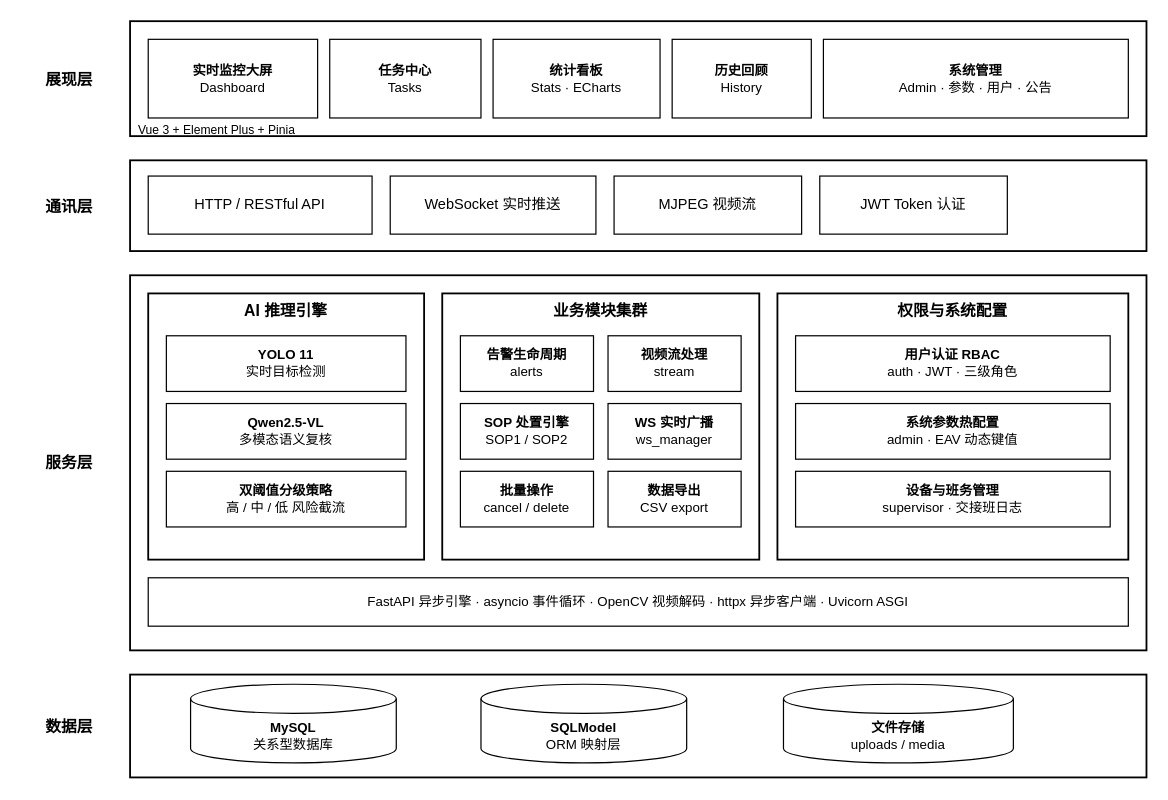
Dean-op/forest_fire keeps this draw.io diagram as docs/PaperImages/4系统架构图.drawio. Above is the earlier version. Source tidied: cells renumbered, new cells numbered last; positions are measured from the earlier drawing's top-left corner, leaving out a move shared by most shapes. Both pictures are drawn from the tidied source at 121%, with x=0, y=0 at pixel (21, 21).
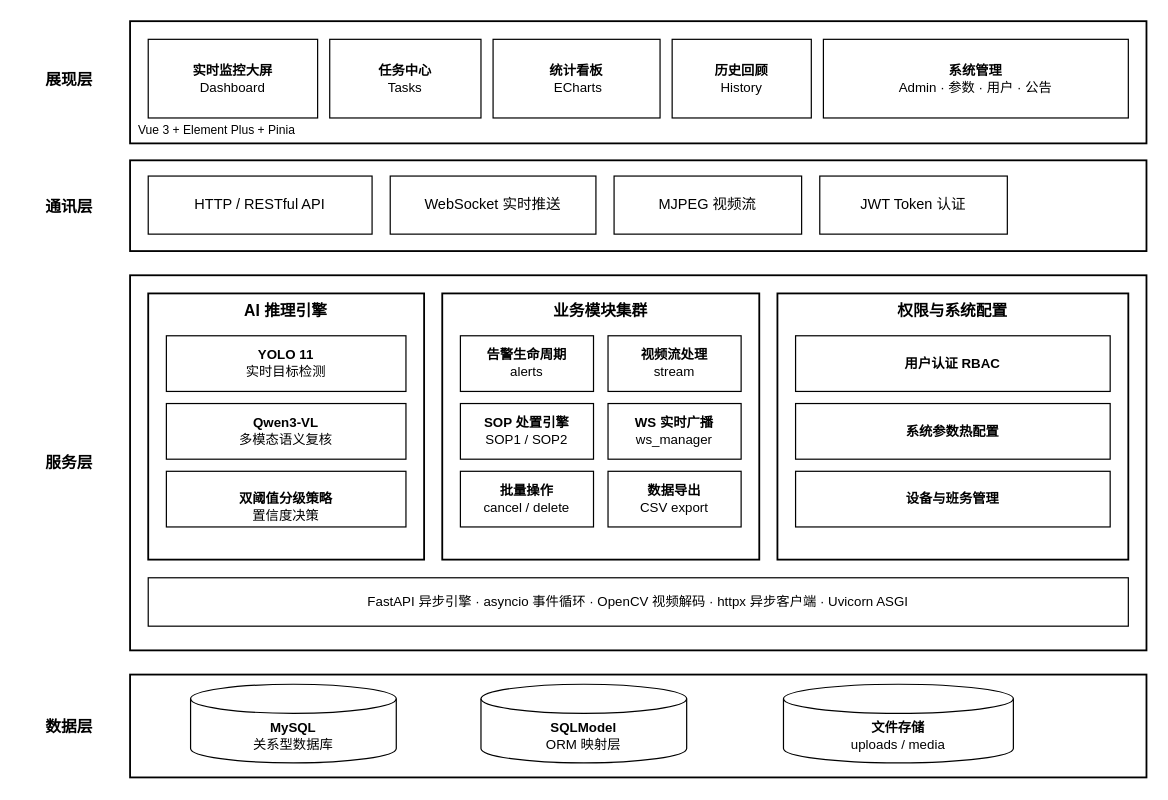
The same page after the edit.

Commit message (it also covers changes not shown here):
fix: Update diagram, UI label and alert visibility rules(operator)

What changed in the source:
```diff
@@
     <mxCell id="3" style="rounded=0;whiteSpace=wrap;html=1;strokeWidth=1.5;dashed=0;labelBackgroundColor=none;" parent="1" vertex="1">
-      <mxGeometry x="90" width="840" height="95" as="geometry" />
+      <mxGeometry x="90" width="840" height="101" as="geometry" />
     </mxCell>
@@
-    <mxCell id="6" value="&lt;b&gt;统计看板&lt;/b&gt;&lt;br&gt;Stats · ECharts" style="rounded=0;whiteSpace=wrap;html=1;strokeWidth=1;fontSize=11;labelBackgroundColor=none;" parent="1" vertex="1">
+    <mxCell id="6" value="&lt;b&gt;统计看板&lt;/b&gt;&lt;br&gt;&amp;nbsp;ECharts" style="rounded=0;whiteSpace=wrap;html=1;strokeWidth=1;fontSize=11;labelBackgroundColor=none;" parent="1" vertex="1">
       <mxGeometry x="390" y="15" width="138" height="65" as="geometry" />
     </mxCell>
@@
-    <mxCell id="20" value="&lt;b&gt;Qwen2.5-VL&lt;/b&gt;&lt;br&gt;多模态语义复核" style="rounded=0;whiteSpace=wrap;html=1;strokeWidth=1;fontSize=11;labelBackgroundColor=none;" parent="1" vertex="1">
+    <mxCell id="20" value="&lt;b&gt;Qwen3-VL&lt;/b&gt;&lt;br&gt;多模态语义复核" style="rounded=0;whiteSpace=wrap;html=1;strokeWidth=1;fontSize=11;labelBackgroundColor=none;" parent="1" vertex="1">
       <mxGeometry x="120" y="316" width="198" height="46" as="geometry" />
     </mxCell>
-    <mxCell id="21" value="&lt;b&gt;双阈值分级策略&lt;/b&gt;&lt;br&gt;高 / 中 / 低 风险截流" style="rounded=0;whiteSpace=wrap;html=1;strokeWidth=1;fontSize=11;labelBackgroundColor=none;" parent="1" vertex="1">
+    <mxCell id="21" value="&lt;b&gt;双阈值分级策略&lt;/b&gt;" style="rounded=0;whiteSpace=wrap;html=1;strokeWidth=1;fontSize=11;labelBackgroundColor=none;" parent="1" vertex="1">
       <mxGeometry x="120" y="372" width="198" height="46" as="geometry" />
     </mxCell>
@@
-    <mxCell id="30" value="&lt;b&gt;用户认证 RBAC&lt;/b&gt;&lt;br&gt;auth · JWT · 三级角色" style="rounded=0;whiteSpace=wrap;html=1;strokeWidth=1;fontSize=11;labelBackgroundColor=none;" parent="1" vertex="1">
+    <mxCell id="30" value="&lt;b&gt;用户认证 RBAC&lt;/b&gt;" style="rounded=0;whiteSpace=wrap;html=1;strokeWidth=1;fontSize=11;labelBackgroundColor=none;" parent="1" vertex="1">
       <mxGeometry x="640" y="260" width="260" height="46" as="geometry" />
     </mxCell>
-    <mxCell id="31" value="&lt;b&gt;系统参数热配置&lt;/b&gt;&lt;br&gt;admin · EAV 动态键值" style="rounded=0;whiteSpace=wrap;html=1;strokeWidth=1;fontSize=11;labelBackgroundColor=none;" parent="1" vertex="1">
+    <mxCell id="31" value="&lt;b&gt;系统参数热配置&lt;/b&gt;" style="rounded=0;whiteSpace=wrap;html=1;strokeWidth=1;fontSize=11;labelBackgroundColor=none;" parent="1" vertex="1">
       <mxGeometry x="640" y="316" width="260" height="46" as="geometry" />
     </mxCell>
-    <mxCell id="32" value="&lt;b&gt;设备与班务管理&lt;/b&gt;&lt;br&gt;supervisor · 交接班日志" style="rounded=0;whiteSpace=wrap;html=1;strokeWidth=1;fontSize=11;labelBackgroundColor=none;" parent="1" vertex="1">
+    <mxCell id="32" value="&lt;b&gt;设备与班务管理&lt;/b&gt;" style="rounded=0;whiteSpace=wrap;html=1;strokeWidth=1;fontSize=11;labelBackgroundColor=none;" parent="1" vertex="1">
       <mxGeometry x="640" y="372" width="260" height="46" as="geometry" />
     </mxCell>
@@
+    <mxCell id="39" value="&lt;font style=&quot;font-size: 11px;&quot;&gt;置信度决策&lt;/font&gt;" style="text;html=1;whiteSpace=wrap;strokeColor=none;fillColor=none;align=center;verticalAlign=middle;rounded=0;" parent="1" vertex="1">
+      <mxGeometry x="169" y="394" width="100" height="30" as="geometry" />
+    </mxCell>
```
